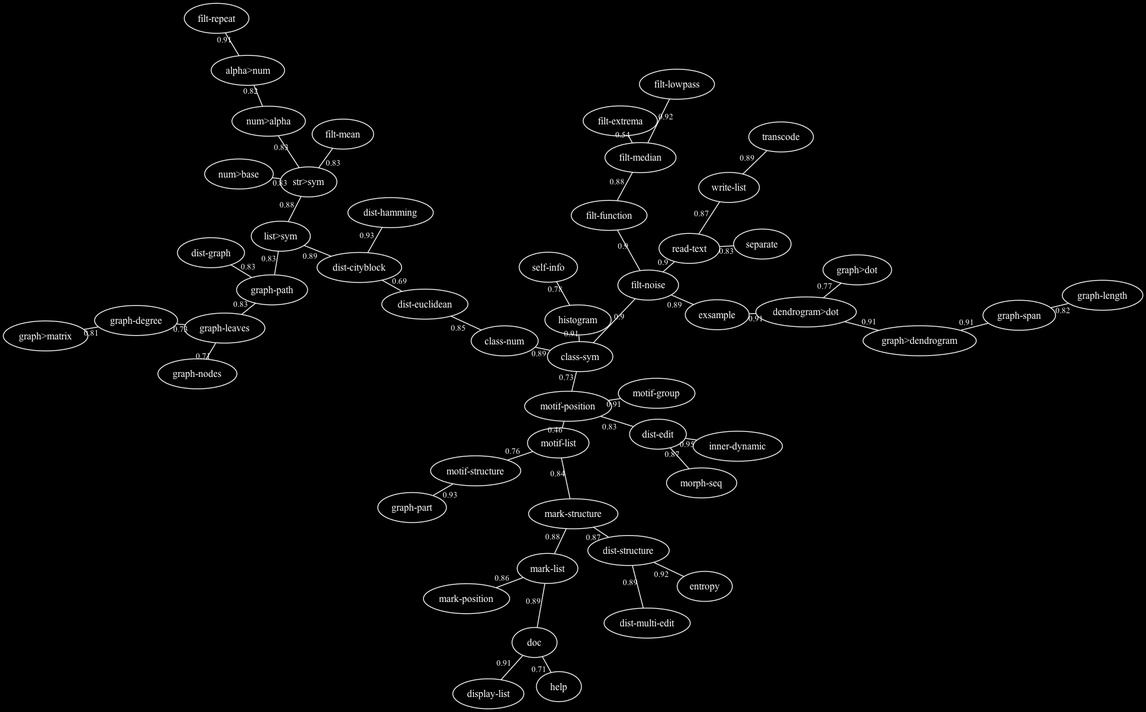
The Graphviz diagram doc/pictures/refrains-docstrings.png in FredVoisin/refrains, before a commit. Its source is kept beside it as doc/pictures/refrains-docstrings.dot.
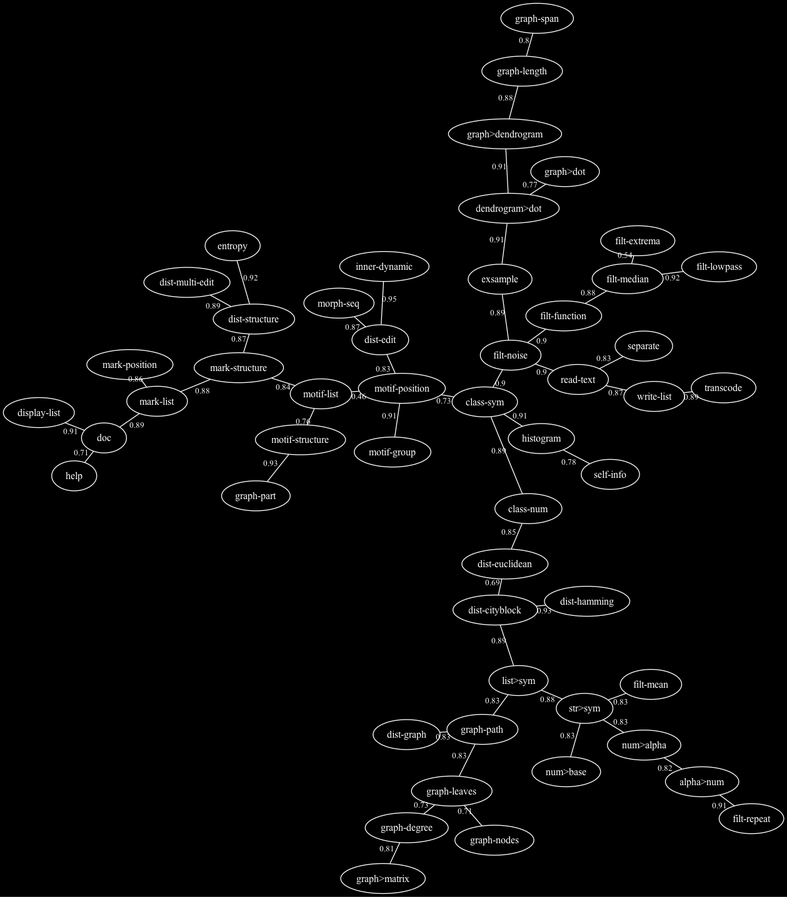
The same file after the commit.

What changed in the source:
```diff
@@ -1,5 +1,5 @@
 graph "refrains-docstrings" {
-/* generated with refrains:graph>dot, 24 Oct 2026 21:02:37 */
+/* generated with refrains:graph>dot, 24 Oct 2026 21:07:06 */
  graph [overlap="false", sep="+4"];
  graph [bgcolor=black];
  node [shape="ellipse", font=Helvetica, fontsize=12, color=white, fontcolor=white];
@@ -14,9 +14,9 @@
  "motif-list" -- "motif-structure" [w=1, len=0.760000, label="0.76"];
  "dendrogram>dot" -- "graph>dot" [w=1, len=0.770000, label="0.77"];
  "histogram" -- "self-info" [w=1, len=0.780000, label="0.78"];
+ "graph-length" -- "graph-span" [w=1, len=0.800000, label="0.8"];
  "graph-degree" -- "graph>matrix" [w=1, len=0.810000, label="0.81"];
  "alpha>num" -- "num>alpha" [w=1, len=0.820000, label="0.82"];
- "graph-length" -- "graph-span" [w=1, len=0.820000, label="0.82"];
  "dist-edit" -- "motif-position" [w=1, len=0.830000, label="0.83"];
  "dist-graph" -- "graph-path" [w=1, len=0.830000, label="0.83"];
  "filt-mean" -- "str>sym" [w=1, len=0.830000, label="0.83"];
@@ -32,6 +32,7 @@
  "dist-structure" -- "mark-structure" [w=1, len=0.870000, label="0.87"];
  "read-text" -- "write-list" [w=1, len=0.870000, label="0.87"];
  "filt-function" -- "filt-median" [w=1, len=0.880000, label="0.88"];
+ "graph-length" -- "graph>dendrogram" [w=1, len=0.880000, label="0.88"];
  "list>sym" -- "str>sym" [w=1, len=0.880000, label="0.88"];
  "mark-list" -- "mark-structure" [w=1, len=0.880000, label="0.88"];
  "class-num" -- "class-sym" [w=1, len=0.890000, label="0.89"];
@@ -48,7 +49,6 @@
  "dendrogram>dot" -- "exsample" [w=1, len=0.910000, label="0.91"];
  "dendrogram>dot" -- "graph>dendrogram" [w=1, len=0.910000, label="0.91"];
  "display-list" -- "doc" [w=1, len=0.910000, label="0.91"];
- "graph-span" -- "graph>dendrogram" [w=1, len=0.910000, label="0.91"];
  "motif-group" -- "motif-position" [w=1, len=0.910000, label="0.91"];
  "dist-structure" -- "entropy" [w=1, len=0.920000, label="0.92"];
  "filt-lowpass" -- "filt-median" [w=1, len=0.920000, label="0.92"];
```
